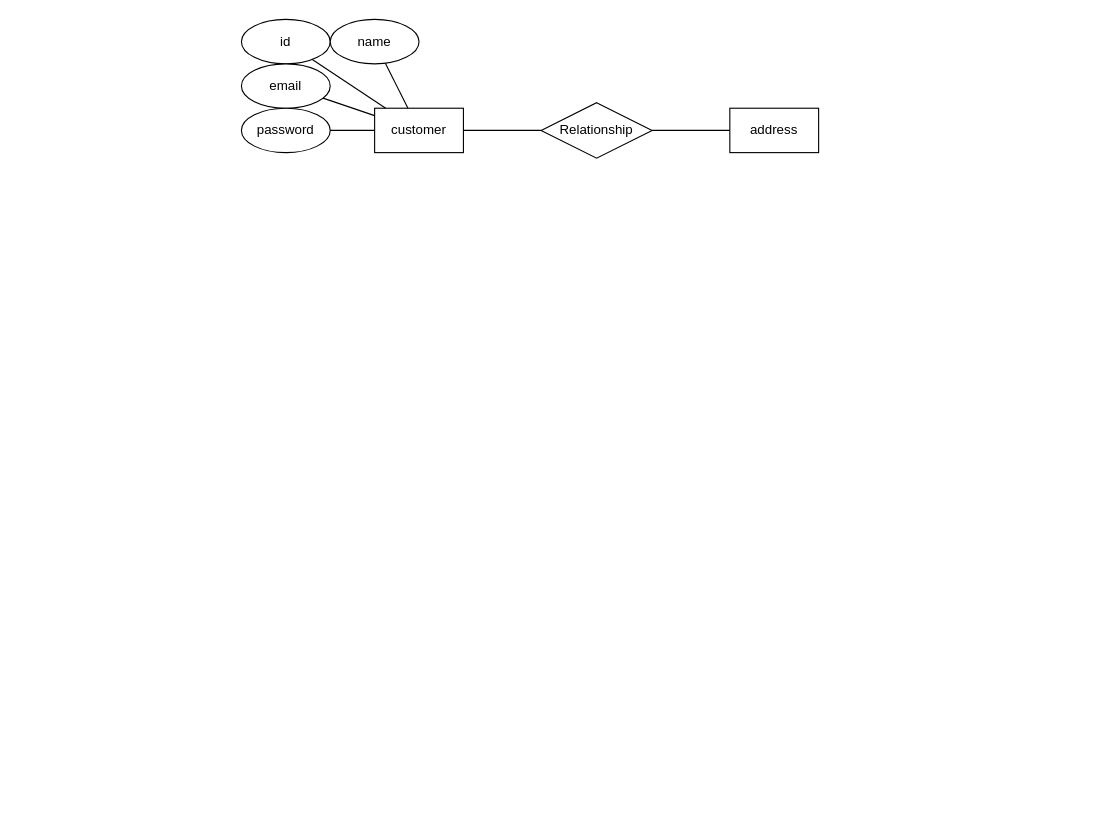
callofthewild/hunger-buzz keeps this draw.io diagram as diagrams/ER/ER diagram.drawio. Above is the earlier version. Source tidied: cells renumbered, new cells numbered last; positions are measured from the earlier drawing's top-left corner, leaving out a move shared by most shapes. Both pictures are drawn from the tidied source at 111%, with x=0, y=0 at pixel (241, 19).
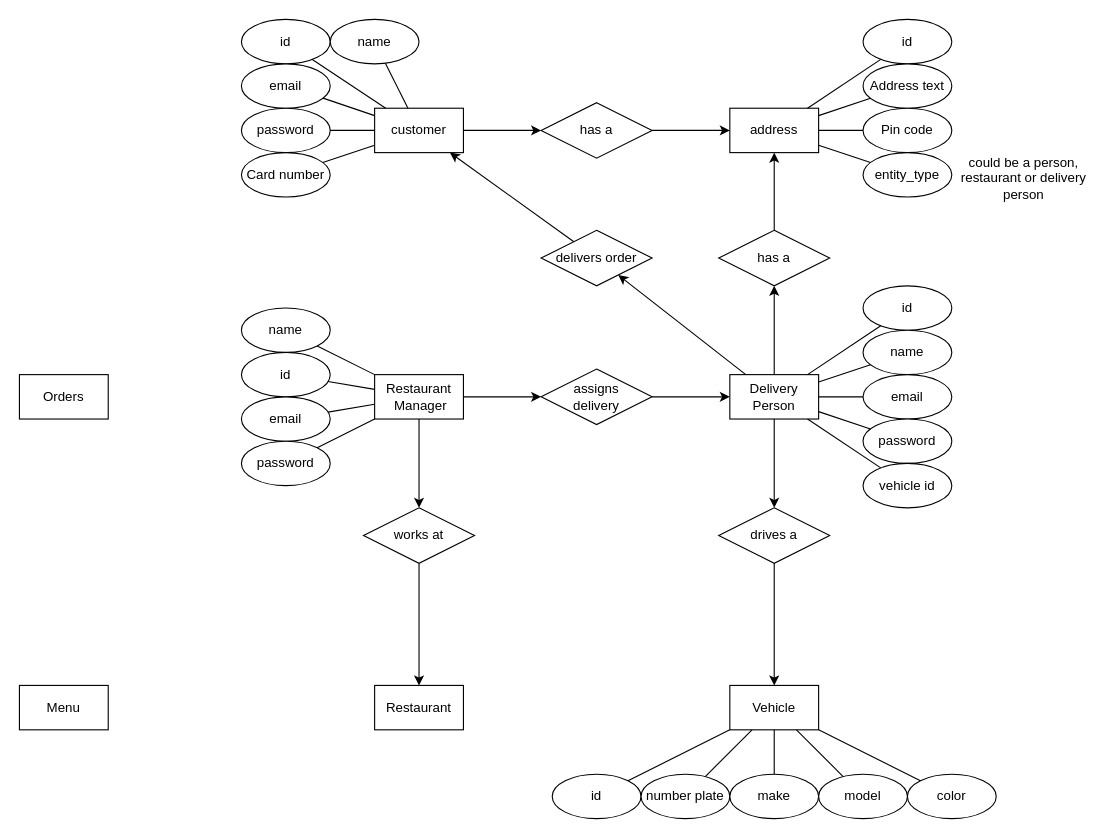
Above is the later version.

The change refers to these unchanged cells:
```xml
<mxCell id="2" value="customer" style="rounded=0;whiteSpace=wrap;html=1;" parent="1" vertex="1">
  <mxGeometry x="120" y="80" width="80" height="40" as="geometry" />
</mxCell>
<mxCell id="7" value="address" style="rounded=0;whiteSpace=wrap;html=1;" parent="1" vertex="1">
  <mxGeometry x="440" y="80" width="80" height="40" as="geometry" />
</mxCell>
```

Diff of the diagram source:
```diff
@@
-    <mxCell id="12" style="endArrow=none;html=1;rounded=0;" parent="1" edge="1" source="2" target="13">
+    <mxCell id="12" style="endArrow=classic;html=1;rounded=0;endFill=1;" parent="1" edge="1" source="2" target="13">
       <mxGeometry relative="1" as="geometry" />
     </mxCell>
-    <mxCell id="13" value="Relationship" style="shape=rhombus;perimeter=rhombusPerimeter;whiteSpace=wrap;html=1;align=center;" parent="1" vertex="1">
+    <mxCell id="13" value="has a" style="shape=rhombus;perimeter=rhombusPerimeter;whiteSpace=wrap;html=1;align=center;" parent="1" vertex="1">
       <mxGeometry x="270" y="75" width="100" height="50" as="geometry" />
     </mxCell>
-    <mxCell id="14" style="endArrow=none;html=1;rounded=0;exitX=1;exitY=0.5;exitDx=0;exitDy=0;" parent="1" edge="1" source="13" target="7">
+    <mxCell id="14" style="endArrow=classic;html=1;rounded=0;endFill=1;" parent="1" edge="1" source="13" target="7">
       <mxGeometry relative="1" as="geometry" />
     </mxCell>
+    <mxCell id="15" value="id" style="ellipse;whiteSpace=wrap;html=1;align=center;" parent="1" vertex="1">
+      <mxGeometry x="560" width="80" height="40" as="geometry" />
+    </mxCell>
+    <mxCell id="16" value="Address text" style="ellipse;whiteSpace=wrap;html=1;align=center;" parent="1" vertex="1">
+      <mxGeometry x="560" y="40" width="80" height="40" as="geometry" />
+    </mxCell>
+    <mxCell id="17" value="Pin code" style="ellipse;whiteSpace=wrap;html=1;align=center;" parent="1" vertex="1">
+      <mxGeometry x="560" y="80" width="80" height="40" as="geometry" />
+    </mxCell>
+    <mxCell id="18" value="Card number" style="ellipse;whiteSpace=wrap;html=1;align=center;" parent="1" vertex="1">
+      <mxGeometry y="120" width="80" height="40" as="geometry" />
+    </mxCell>
+    <mxCell id="19" style="endArrow=none;html=1;rounded=0;" parent="1" edge="1" source="7" target="15">
+      <mxGeometry relative="1" as="geometry" />
+    </mxCell>
+    <mxCell id="20" style="endArrow=none;html=1;rounded=0;" parent="1" edge="1" source="7" target="16">
+      <mxGeometry relative="1" as="geometry" />
+    </mxCell>
+    <mxCell id="21" style="endArrow=none;html=1;rounded=0;" parent="1" edge="1" source="7" target="17">
+      <mxGeometry relative="1" as="geometry" />
+    </mxCell>
+    <mxCell id="22" style="endArrow=none;html=1;rounded=0;" parent="1" edge="1" source="2" target="18">
+      <mxGeometry relative="1" as="geometry" />
+    </mxCell>
+    <mxCell id="23" value="&lt;div&gt;Restaurant&lt;/div&gt;&amp;nbsp;Manager" style="rounded=0;whiteSpace=wrap;html=1;" parent="1" vertex="1">
+      <mxGeometry x="120" y="320" width="80" height="40" as="geometry" />
+    </mxCell>
+    <mxCell id="24" value="Delivery Person" style="rounded=0;whiteSpace=wrap;html=1;" parent="1" vertex="1">
+      <mxGeometry x="440" y="320" width="80" height="40" as="geometry" />
+    </mxCell>
+    <mxCell id="25" style="endArrow=classic;html=1;rounded=0;endFill=1;" parent="1" edge="1" source="23" target="26">
+      <mxGeometry relative="1" as="geometry" />
+    </mxCell>
+    <mxCell id="26" value="&lt;div&gt;assigns&lt;/div&gt;&lt;div&gt;delivery&lt;/div&gt;" style="shape=rhombus;perimeter=rhombusPerimeter;whiteSpace=wrap;html=1;align=center;" parent="1" vertex="1">
+      <mxGeometry x="270" y="315" width="100" height="50" as="geometry" />
+    </mxCell>
+    <mxCell id="27" style="endArrow=classic;html=1;rounded=0;endFill=1;" parent="1" edge="1" source="26" target="24">
+      <mxGeometry relative="1" as="geometry" />
+    </mxCell>
+    <mxCell id="28" style="endArrow=none;html=1;rounded=0;startArrow=classic;startFill=1;" parent="1" edge="1" source="2" target="29">
+      <mxGeometry relative="1" as="geometry" />
+    </mxCell>
+    <mxCell id="29" value="delivers order" style="shape=rhombus;perimeter=rhombusPerimeter;whiteSpace=wrap;html=1;align=center;" parent="1" vertex="1">
+      <mxGeometry x="270" y="190" width="100" height="50" as="geometry" />
+    </mxCell>
+    <mxCell id="30" style="endArrow=none;html=1;rounded=0;startArrow=classic;startFill=1;" parent="1" edge="1" source="29" target="24">
+      <mxGeometry relative="1" as="geometry" />
+    </mxCell>
+    <mxCell id="31" value="id" style="ellipse;whiteSpace=wrap;html=1;align=center;" parent="1" vertex="1">
+      <mxGeometry x="560" y="240" width="80" height="40" as="geometry" />
+    </mxCell>
+    <mxCell id="32" value="name" style="ellipse;whiteSpace=wrap;html=1;align=center;" parent="1" vertex="1">
+      <mxGeometry x="560" y="280" width="80" height="40" as="geometry" />
+    </mxCell>
+    <mxCell id="33" style="endArrow=none;html=1;rounded=0;" parent="1" edge="1" source="24" target="31">
+      <mxGeometry relative="1" as="geometry" />
+    </mxCell>
+    <mxCell id="34" style="endArrow=none;html=1;rounded=0;" parent="1" edge="1" source="24" target="32">
+      <mxGeometry relative="1" as="geometry" />
+    </mxCell>
+    <mxCell id="35" value="email" style="ellipse;whiteSpace=wrap;html=1;align=center;" parent="1" vertex="1">
+      <mxGeometry x="560" y="320" width="80" height="40" as="geometry" />
+    </mxCell>
+    <mxCell id="36" value="password" style="ellipse;whiteSpace=wrap;html=1;align=center;" parent="1" vertex="1">
+      <mxGeometry x="560" y="360" width="80" height="40" as="geometry" />
+    </mxCell>
+    <mxCell id="37" value="vehicle id" style="ellipse;whiteSpace=wrap;html=1;align=center;" parent="1" vertex="1">
+      <mxGeometry x="560" y="400" width="80" height="40" as="geometry" />
+    </mxCell>
+    <mxCell id="38" style="endArrow=none;html=1;rounded=0;" parent="1" edge="1" source="24" target="35">
+      <mxGeometry relative="1" as="geometry" />
+    </mxCell>
+    <mxCell id="39" style="endArrow=none;html=1;rounded=0;" parent="1" edge="1" source="24" target="36">
+      <mxGeometry relative="1" as="geometry" />
+    </mxCell>
+    <mxCell id="40" style="endArrow=none;html=1;rounded=0;" parent="1" edge="1" source="24" target="37">
+      <mxGeometry relative="1" as="geometry" />
+    </mxCell>
+    <mxCell id="41" style="endArrow=none;html=1;rounded=0;startArrow=classic;startFill=1;" parent="1" edge="1" target="42">
+      <mxGeometry relative="1" as="geometry">
+        <mxPoint x="480" y="600" as="sourcePoint" />
+      </mxGeometry>
+    </mxCell>
+    <mxCell id="42" value="drives a" style="shape=rhombus;perimeter=rhombusPerimeter;whiteSpace=wrap;html=1;align=center;" parent="1" vertex="1">
+      <mxGeometry x="430" y="440" width="100" height="50" as="geometry" />
+    </mxCell>
+    <mxCell id="43" style="endArrow=none;html=1;rounded=0;startArrow=classic;startFill=1;" parent="1" edge="1" source="42" target="24">
+      <mxGeometry relative="1" as="geometry" />
+    </mxCell>
+    <mxCell id="44" value="Vehicle" style="rounded=0;whiteSpace=wrap;html=1;" parent="1" vertex="1">
+      <mxGeometry x="440" y="600" width="80" height="40" as="geometry" />
+    </mxCell>
+    <mxCell id="45" style="endArrow=classic;html=1;rounded=0;endFill=1;" parent="1" edge="1" source="24" target="46">
+      <mxGeometry relative="1" as="geometry" />
+    </mxCell>
+    <mxCell id="46" value="&lt;div&gt;has a&lt;/div&gt;" style="shape=rhombus;perimeter=rhombusPerimeter;whiteSpace=wrap;html=1;align=center;" parent="1" vertex="1">
+      <mxGeometry x="430" y="190" width="100" height="50" as="geometry" />
+    </mxCell>
+    <mxCell id="47" style="endArrow=classic;html=1;rounded=0;endFill=1;" parent="1" edge="1" source="46" target="7">
+      <mxGeometry relative="1" as="geometry" />
+    </mxCell>
+    <mxCell id="48" value="id" style="ellipse;whiteSpace=wrap;html=1;align=center;" parent="1" vertex="1">
+      <mxGeometry x="280" y="680" width="80" height="40" as="geometry" />
+    </mxCell>
+    <mxCell id="49" value="number plate" style="ellipse;whiteSpace=wrap;html=1;align=center;" parent="1" vertex="1">
+      <mxGeometry x="360" y="680" width="80" height="40" as="geometry" />
+    </mxCell>
+    <mxCell id="50" value="make" style="ellipse;whiteSpace=wrap;html=1;align=center;" parent="1" vertex="1">
+      <mxGeometry x="440" y="680" width="80" height="40" as="geometry" />
+    </mxCell>
+    <mxCell id="51" value="model" style="ellipse;whiteSpace=wrap;html=1;align=center;" parent="1" vertex="1">
+      <mxGeometry x="520" y="680" width="80" height="40" as="geometry" />
+    </mxCell>
+    <mxCell id="52" value="color" style="ellipse;whiteSpace=wrap;html=1;align=center;" parent="1" vertex="1">
+      <mxGeometry x="600" y="680" width="80" height="40" as="geometry" />
+    </mxCell>
+    <mxCell id="53" style="endArrow=none;html=1;rounded=0;" parent="1" edge="1" source="44" target="48">
+      <mxGeometry relative="1" as="geometry" />
+    </mxCell>
+    <mxCell id="54" style="endArrow=none;html=1;rounded=0;" parent="1" edge="1" source="44" target="49">
+      <mxGeometry relative="1" as="geometry" />
+    </mxCell>
+    <mxCell id="55" style="endArrow=none;html=1;rounded=0;" parent="1" edge="1" source="44" target="50">
+      <mxGeometry relative="1" as="geometry" />
+    </mxCell>
+    <mxCell id="56" style="endArrow=none;html=1;rounded=0;" parent="1" edge="1" source="44" target="51">
+      <mxGeometry relative="1" as="geometry" />
+    </mxCell>
+    <mxCell id="57" style="endArrow=none;html=1;rounded=0;" parent="1" edge="1" source="44" target="52">
+      <mxGeometry relative="1" as="geometry" />
+    </mxCell>
+    <mxCell id="58" value="Restaurant" style="rounded=0;whiteSpace=wrap;html=1;" parent="1" vertex="1">
+      <mxGeometry x="120" y="600" width="80" height="40" as="geometry" />
+    </mxCell>
+    <mxCell id="59" value="Menu" style="rounded=0;whiteSpace=wrap;html=1;" parent="1" vertex="1">
+      <mxGeometry x="-200" y="600" width="80" height="40" as="geometry" />
+    </mxCell>
+    <mxCell id="60" value="Orders" style="rounded=0;whiteSpace=wrap;html=1;" parent="1" vertex="1">
+      <mxGeometry x="-200" y="320" width="80" height="40" as="geometry" />
+    </mxCell>
+    <mxCell id="61" style="endArrow=none;html=1;rounded=0;startArrow=classic;startFill=1;" parent="1" edge="1" source="58" target="62">
+      <mxGeometry relative="1" as="geometry" />
+    </mxCell>
+    <mxCell id="62" value="works at" style="shape=rhombus;perimeter=rhombusPerimeter;whiteSpace=wrap;html=1;align=center;" parent="1" vertex="1">
+      <mxGeometry x="110" y="440" width="100" height="50" as="geometry" />
+    </mxCell>
+    <mxCell id="63" style="endArrow=none;html=1;rounded=0;startArrow=classic;startFill=1;" parent="1" edge="1" source="62" target="23">
+      <mxGeometry relative="1" as="geometry" />
+    </mxCell>
+    <mxCell id="64" value="entity_type" style="ellipse;whiteSpace=wrap;html=1;align=center;" parent="1" vertex="1">
+      <mxGeometry x="560" y="120" width="80" height="40" as="geometry" />
+    </mxCell>
+    <mxCell id="65" value="&lt;div&gt;could be a person, restaurant or delivery person&lt;br&gt;&lt;/div&gt;" style="text;html=1;strokeColor=none;fillColor=none;align=center;verticalAlign=middle;whiteSpace=wrap;rounded=0;" parent="1" vertex="1">
+      <mxGeometry x="640" y="125" width="130" height="35" as="geometry" />
+    </mxCell>
+    <mxCell id="66" style="endArrow=none;html=1;rounded=0;" parent="1" edge="1" source="7" target="64">
+      <mxGeometry relative="1" as="geometry" />
+    </mxCell>
+    <mxCell id="67" value="id" style="ellipse;whiteSpace=wrap;html=1;" parent="1" vertex="1">
+      <mxGeometry y="300" width="80" height="40" as="geometry" />
+    </mxCell>
+    <mxCell id="68" value="email" style="ellipse;whiteSpace=wrap;html=1;" parent="1" vertex="1">
+      <mxGeometry y="340" width="80" height="40" as="geometry" />
+    </mxCell>
+    <mxCell id="69" value="password" style="ellipse;whiteSpace=wrap;html=1;" parent="1" vertex="1">
+      <mxGeometry y="380" width="80" height="40" as="geometry" />
+    </mxCell>
+    <mxCell id="70" value="name" style="ellipse;whiteSpace=wrap;html=1;" parent="1" vertex="1">
+      <mxGeometry y="260" width="80" height="40" as="geometry" />
+    </mxCell>
+    <mxCell id="71" style="endArrow=none;html=1;rounded=0;" parent="1" edge="1" source="69" target="23">
+      <mxGeometry relative="1" as="geometry" />
+    </mxCell>
+    <mxCell id="72" style="endArrow=none;html=1;rounded=0;" parent="1" edge="1" source="68" target="23">
+      <mxGeometry relative="1" as="geometry" />
+    </mxCell>
+    <mxCell id="73" style="endArrow=none;html=1;rounded=0;" parent="1" edge="1" source="67" target="23">
+      <mxGeometry relative="1" as="geometry" />
+    </mxCell>
+    <mxCell id="74" style="endArrow=none;html=1;rounded=0;" parent="1" edge="1" source="70" target="23">
+      <mxGeometry relative="1" as="geometry" />
+    </mxCell>
```
